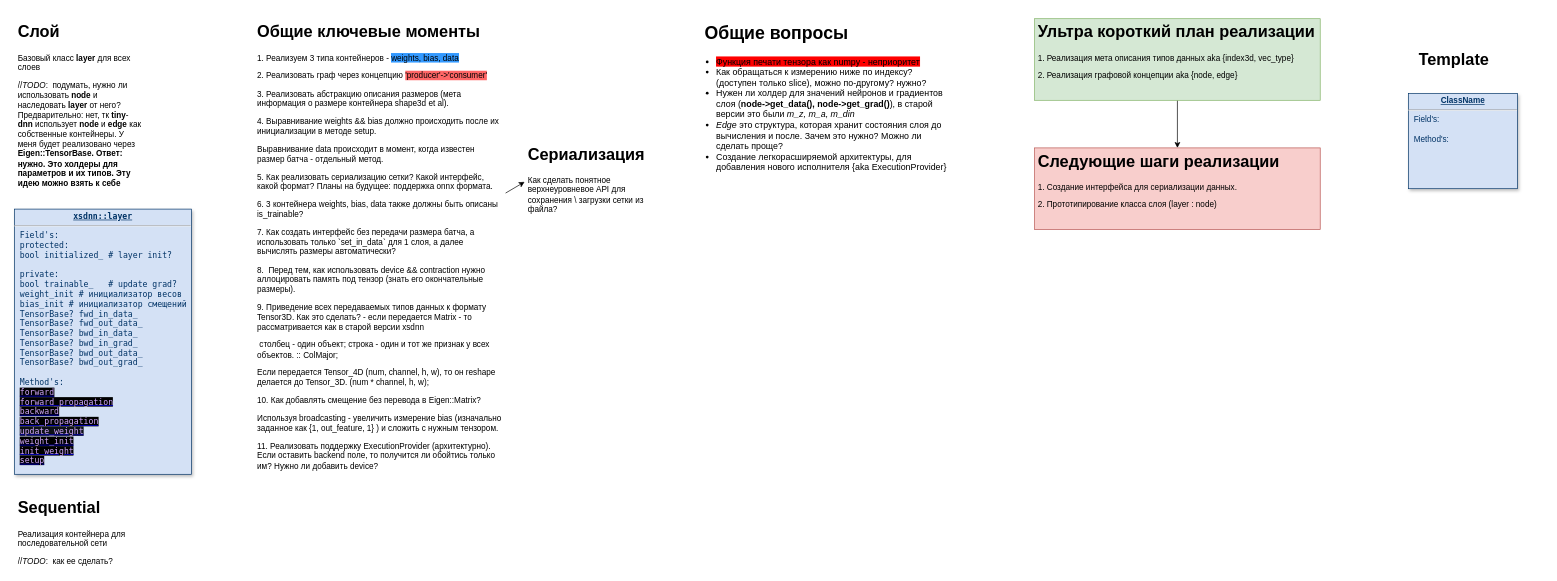
The draw.io diagram page "xsdnn::main" (1 of 10) of logic.drawio in xsdnn/xsdnn, before the edit. Source tidied: cells renumbered, new cells numbered last; positions are measured from the earlier drawing's top-left corner, leaving out a move shared by most shapes. Both pictures are drawn from the tidied source at 68%, with x=0, y=0 at pixel (14, 18).
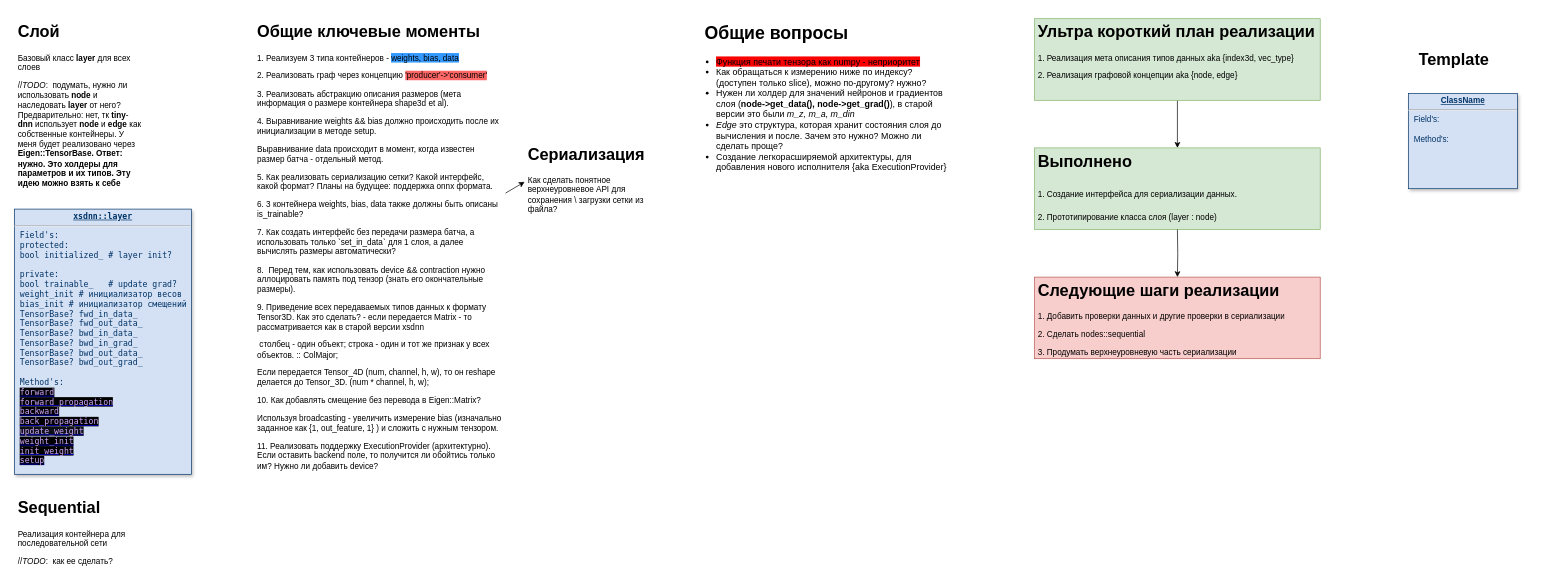
Above is the later version.

Commit message:
Поставлены новые задачи

Change to the diagram source:
```diff
@@
 <mxGraphModel>
   <root>
     <mxCell id="0" />
     <mxCell id="1" parent="0" />
     <mxCell id="2" value="&lt;p style=&quot;margin: 0px; margin-top: 4px; text-align: center; text-decoration: underline;&quot;&gt;&lt;strong&gt;ClassName&lt;/strong&gt;&lt;/p&gt;&lt;hr&gt;&lt;p style=&quot;margin: 0px; margin-left: 8px;&quot;&gt;Field's:&lt;/p&gt;&lt;p style=&quot;margin: 0px; margin-left: 8px;&quot;&gt;&lt;br&gt;&lt;/p&gt;&lt;p style=&quot;margin: 0px; margin-left: 8px;&quot;&gt;Method's:&lt;/p&gt;" style="verticalAlign=top;align=left;overflow=fill;fontSize=12;fontFamily=Helvetica;html=1;strokeColor=#003366;shadow=1;fillColor=#D4E1F5;fontColor=#003366;" parent="1" vertex="1">
       <mxGeometry x="2050" y="110" width="160" height="140" as="geometry" />
     </mxCell>
     <mxCell id="3" value="&lt;h1&gt;Слой&lt;/h1&gt;&lt;p&gt;Базовый класс &lt;b&gt;layer &lt;/b&gt;для всех слоев&lt;/p&gt;&lt;p&gt;&lt;span style=&quot;text-align: center;&quot;&gt;//&lt;i&gt;TODO&lt;/i&gt;:&amp;nbsp; подумать, нужно ли использовать &lt;b&gt;node&lt;/b&gt; и наследовать &lt;b&gt;layer&lt;/b&gt; от него? Предварительно: нет, тк &lt;b&gt;tiny&lt;/b&gt;-&lt;b&gt;dnn&lt;/b&gt; использует &lt;b&gt;node&lt;/b&gt; и &lt;b&gt;edge&lt;/b&gt; как собственные контейнеры. У меня будет реализовано через &lt;b&gt;Eigen::TensorBase. Ответ: нужно. Это холдеры для параметров и их типов. Эту идею можно взять к себе&lt;/b&gt;&lt;/span&gt;&lt;br&gt;&lt;/p&gt;&lt;p&gt;&lt;br&gt;&lt;/p&gt;" style="text;html=1;strokeColor=none;fillColor=none;spacing=5;spacingTop=-20;whiteSpace=wrap;overflow=hidden;rounded=0;" parent="1" vertex="1">
       <mxGeometry width="190" height="250" as="geometry" />
     </mxCell>
     <mxCell id="4" value="&lt;h1&gt;Template&lt;/h1&gt;" style="text;html=1;strokeColor=none;fillColor=none;spacing=5;spacingTop=-20;whiteSpace=wrap;overflow=hidden;rounded=0;" parent="1" vertex="1">
       <mxGeometry x="2060" y="40" width="190" height="50" as="geometry" />
     </mxCell>
     <mxCell id="5" value="&lt;p style=&quot;margin: 0px; margin-top: 4px; text-align: center; text-decoration: underline;&quot;&gt;&lt;b&gt;xsdnn::layer&lt;/b&gt;&lt;/p&gt;&lt;hr&gt;&lt;p style=&quot;margin: 0px; margin-left: 8px;&quot;&gt;Field's:&lt;/p&gt;&lt;p style=&quot;margin: 0px; margin-left: 8px;&quot;&gt;protected:&lt;/p&gt;&lt;p style=&quot;margin: 0px; margin-left: 8px;&quot;&gt;bool initialized_ # layer init?&lt;/p&gt;&lt;p style=&quot;margin: 0px; margin-left: 8px;&quot;&gt;&lt;br&gt;&lt;/p&gt;&lt;p style=&quot;margin: 0px; margin-left: 8px;&quot;&gt;private:&lt;/p&gt;&lt;p style=&quot;margin: 0px 0px 0px 8px;&quot;&gt;bool trainable_&amp;nbsp; &amp;nbsp;# update grad?&lt;/p&gt;&lt;p style=&quot;margin: 0px 0px 0px 8px;&quot;&gt;weight_init # инициализатор весов&lt;/p&gt;&lt;p style=&quot;margin: 0px 0px 0px 8px;&quot;&gt;bias_init # инициализатор смещений&lt;/p&gt;&lt;p style=&quot;margin: 0px; margin-left: 8px;&quot;&gt;TensorBase? fwd_in_data_&lt;/p&gt;&lt;p style=&quot;margin: 0px; margin-left: 8px;&quot;&gt;TensorBase? fwd_out_data_&lt;br&gt;&lt;/p&gt;&lt;p style=&quot;margin: 0px; margin-left: 8px;&quot;&gt;TensorBase? bwd_in_data_&lt;br&gt;&lt;/p&gt;&lt;p style=&quot;margin: 0px; margin-left: 8px;&quot;&gt;TensorBase? bwd_in_grad_&lt;br&gt;&lt;/p&gt;&lt;p style=&quot;margin: 0px; margin-left: 8px;&quot;&gt;TensorBase? bwd_out_data_&lt;br&gt;&lt;/p&gt;&lt;p style=&quot;margin: 0px; margin-left: 8px;&quot;&gt;TensorBase? bwd_out_grad_&lt;br&gt;&lt;/p&gt;&lt;p style=&quot;margin: 0px; margin-left: 8px;&quot;&gt;&lt;br&gt;&lt;/p&gt;&lt;p style=&quot;margin: 0px; margin-left: 8px;&quot;&gt;Method's:&lt;/p&gt;&lt;p style=&quot;margin: 0px; margin-left: 8px;&quot;&gt;&lt;a href=&quot;data:page/id,acLyr5f8MV2qwVlqdKkI&quot;&gt;&lt;font face=&quot;ui-monospace, SFMono-Regular, SF Mono, Menlo, Consolas, Liberation Mono, monospace&quot; color=&quot;#d2a8ff&quot; style=&quot;background-color: rgb(0, 0, 0);&quot;&gt;forward&lt;/font&gt;&lt;/a&gt;&lt;/p&gt;&lt;p style=&quot;margin: 0px; margin-left: 8px;&quot;&gt;&lt;a href=&quot;data:page/id,P51iXEZZl-BP7aw9WZGj&quot;&gt;&lt;font face=&quot;ui-monospace, SFMono-Regular, SF Mono, Menlo, Consolas, Liberation Mono, monospace&quot; color=&quot;#d2a8ff&quot; style=&quot;background-color: rgb(0, 0, 0);&quot;&gt;forward_propagation&lt;/font&gt;&lt;/a&gt;&lt;/p&gt;&lt;p style=&quot;margin: 0px; margin-left: 8px;&quot;&gt;&lt;a href=&quot;data:page/id,9vZ8QekkStvvB2-BGn0U&quot;&gt;&lt;font face=&quot;ui-monospace, SFMono-Regular, SF Mono, Menlo, Consolas, Liberation Mono, monospace&quot; color=&quot;#d2a8ff&quot; style=&quot;background-color: rgb(0, 0, 0);&quot;&gt;backward&lt;/font&gt;&lt;/a&gt;&lt;/p&gt;&lt;p style=&quot;margin: 0px; margin-left: 8px;&quot;&gt;&lt;a href=&quot;data:page/id,YzGOiIOgP3fO_uxTNOQc&quot;&gt;&lt;font face=&quot;ui-monospace, SFMono-Regular, SF Mono, Menlo, Consolas, Liberation Mono, monospace&quot; color=&quot;#d2a8ff&quot; style=&quot;background-color: rgb(0, 0, 0);&quot;&gt;back_propagation&lt;/font&gt;&lt;/a&gt;&lt;/p&gt;&lt;p style=&quot;margin: 0px; margin-left: 8px;&quot;&gt;&lt;span style=&quot;font-family: ui-monospace, SFMono-Regular, &amp;quot;SF Mono&amp;quot;, Menlo, Consolas, &amp;quot;Liberation Mono&amp;quot;, monospace; background-color: rgb(13, 17, 23);&quot;&gt;&lt;a style=&quot;&quot; href=&quot;data:page/id,1ntwXYWYcS74xLM6uAJB&quot;&gt;&lt;font color=&quot;#d2a8ff&quot;&gt;update_weight&lt;/font&gt;&lt;/a&gt;&lt;/span&gt;&lt;br&gt;&lt;/p&gt;&lt;p style=&quot;margin: 0px; margin-left: 8px;&quot;&gt;&lt;a style=&quot;background-color: rgb(0, 0, 0);&quot; href=&quot;data:page/id,imFPhnd7Cz6RNdqDAHEO&quot;&gt;&lt;font face=&quot;ui-monospace, SFMono-Regular, SF Mono, Menlo, Consolas, Liberation Mono, monospace&quot; color=&quot;#d2a8ff&quot;&gt;weight_init&lt;/font&gt;&lt;/a&gt;&lt;/p&gt;&lt;p style=&quot;margin: 0px; margin-left: 8px;&quot;&gt;&lt;a style=&quot;background-color: rgb(0, 0, 0);&quot; href=&quot;data:page/id,p6dzrHT5QFA6u9v4Chr_&quot;&gt;&lt;font color=&quot;#d2a8ff&quot;&gt;init_weight&lt;/font&gt;&lt;/a&gt;&lt;/p&gt;&lt;p style=&quot;margin: 0px; margin-left: 8px;&quot;&gt;&lt;a style=&quot;background-color: rgb(0, 0, 0);&quot; href=&quot;data:page/id,uzz6QVAgYd6YLyIYvyyA&quot;&gt;&lt;font color=&quot;#d2a8ff&quot;&gt;setup&lt;/font&gt;&lt;/a&gt;&lt;/p&gt;" style="verticalAlign=top;align=left;overflow=fill;fontSize=12;fontFamily=ui-monospace, SFMono-Regular, &quot;SF Mono&quot;, Menlo, Consolas, &quot;Liberation Mono&quot;, monospace;html=1;strokeColor=#003366;shadow=1;fillColor=#D4E1F5;fontColor=#003366;" parent="1" vertex="1">
       <mxGeometry y="280" width="260" height="390" as="geometry" />
     </mxCell>
     <mxCell id="6" value="&lt;h1&gt;Сериализация&lt;/h1&gt;&lt;p&gt;Как сделать понятное верхнеуровневое API для сохранения \ загрузки сетки из файла?&amp;nbsp;&lt;/p&gt;" style="text;html=1;strokeColor=none;fillColor=none;spacing=5;spacingTop=-20;whiteSpace=wrap;overflow=hidden;rounded=0;" parent="1" vertex="1">
       <mxGeometry x="750" y="180" width="190" height="120" as="geometry" />
     </mxCell>
     <mxCell id="7" value="&lt;h1&gt;Общие вопросы&lt;/h1&gt;&lt;p&gt;&lt;br&gt;&lt;/p&gt;" style="text;html=1;strokeColor=none;fillColor=none;spacing=5;spacingTop=-20;whiteSpace=wrap;overflow=hidden;rounded=0;fontSize=13;" parent="1" vertex="1">
       <mxGeometry x="1010" width="270" height="120" as="geometry" />
     </mxCell>
     <mxCell id="8" value="&lt;ul&gt;&lt;li&gt;&lt;span style=&quot;background-color: rgb(255, 0, 0);&quot;&gt;Функция печати тензора как numpy - неприоритет&lt;/span&gt;&lt;/li&gt;&lt;li&gt;Как обращаться к измерению ниже по индексу? (доступен только slice), можно по-другому? нужно?&amp;nbsp;&lt;/li&gt;&lt;li&gt;Нужен ли холдер для значений нейронов и градиентов слоя (&lt;b&gt;node-&amp;gt;get_data(), node-&amp;gt;get_grad()&lt;/b&gt;), в старой версии это были &lt;i&gt;m_z, m_a, m_din&lt;/i&gt;&lt;/li&gt;&lt;li&gt;&lt;i&gt;Edge &lt;/i&gt;это структура, которая хранит состояния слоя до вычисления и после. Зачем это нужно? Можно ли сделать проще?&lt;/li&gt;&lt;li&gt;Создание легкорасширяемой архитектуры, для добавления нового исполнителя {aka ExecutionProvider}&lt;/li&gt;&lt;/ul&gt;" style="text;strokeColor=none;fillColor=none;html=1;whiteSpace=wrap;verticalAlign=middle;overflow=hidden;fontSize=13;" parent="1" vertex="1">
       <mxGeometry x="990" y="40" width="390" height="190" as="geometry" />
     </mxCell>
     <mxCell id="9" value="&lt;h1&gt;Sequential&lt;/h1&gt;&lt;p&gt;Реализация контейнера для&amp;nbsp; последовательной сети&lt;/p&gt;&lt;p&gt;&lt;span style=&quot;text-align: center;&quot;&gt;//&lt;i&gt;TODO&lt;/i&gt;:&amp;nbsp; как ее сделать?&lt;/span&gt;&lt;br&gt;&lt;/p&gt;&lt;p&gt;&lt;br&gt;&lt;/p&gt;" style="text;html=1;strokeColor=none;fillColor=none;spacing=5;spacingTop=-20;whiteSpace=wrap;overflow=hidden;rounded=0;" parent="1" vertex="1">
       <mxGeometry y="700" width="190" height="110" as="geometry" />
     </mxCell>
     <mxCell id="10" value="&lt;h1&gt;Общие ключевые моменты&lt;/h1&gt;&lt;p&gt;1. Реализуем 3 типа контейнеров - &lt;span style=&quot;background-color: rgb(51, 153, 255);&quot;&gt;weights, bias, data&lt;/span&gt;&lt;/p&gt;&lt;p&gt;2. Реализовать граф через концепцию &lt;span style=&quot;background-color: rgb(255, 102, 102);&quot;&gt;'producer'-&amp;gt;'consumer'&lt;/span&gt;&lt;/p&gt;&lt;p&gt;3. Реализовать абстракцию описания размеров (мета информация о размере контейнера shape3d et al).&amp;nbsp;&lt;/p&gt;&lt;p&gt;4. Выравнивание weights &amp;amp;&amp;amp; bias должно происходить после их инициализации в методе setup.&lt;/p&gt;&lt;p&gt;Выравнивание data происходит в момент, когда известен размер батча - отдельный метод.&lt;/p&gt;&lt;p&gt;5. Как реализовать сериализацию сетки? Какой интерфейс, какой формат? Планы на будущее: поддержка onnx формата.&lt;/p&gt;&lt;p&gt;6. 3 контейнера weights, bias, data также должны быть описаны is_trainable?&amp;nbsp;&lt;/p&gt;&lt;p&gt;7. Как создать интерфейс без передачи размера батча, а использовать только `set_in_data` для 1 слоя, а далее вычислять размеры автоматически?&lt;/p&gt;&lt;p&gt;8.&amp;nbsp; Перед тем, как использовать device &amp;amp;&amp;amp; contraction нужно аллоцировать память под тензор (знать его окончательные размеры).&lt;/p&gt;&lt;p&gt;9. Приведение всех передаваемых типов данных к формату Tensor3D. Как это сделать? - если передается Matrix - то рассматривается как в старой версии xsdnn&lt;/p&gt;&lt;p&gt;&amp;nbsp;столбец - один объект; строка - один и тот же признак у всех объектов. :: ColMajor;&lt;/p&gt;&lt;p&gt;Если передается Tensor_4D (num, channel, h, w), то он reshape делается до Tensor_3D. (num * channel, h, w);&lt;/p&gt;&lt;p&gt;10. Как добавлять смещение без перевода в Eigen::Matrix?&amp;nbsp;&lt;/p&gt;&lt;p&gt;Используя broadcasting - увеличить измерение bias (изначально заданное как {1, out_feature, 1} ) и сложить с нужным тензором.&amp;nbsp;&lt;/p&gt;&lt;p&gt;11. Реализовать поддержку ExecutionProvider (архитектурно). Если оставить backend поле, то получится ли обойтись только им? Нужно ли добавить device?&lt;/p&gt;" style="text;html=1;strokeColor=none;fillColor=none;spacing=5;spacingTop=-20;whiteSpace=wrap;overflow=hidden;rounded=0;" parent="1" vertex="1">
       <mxGeometry x="352" width="370" height="730" as="geometry" />
     </mxCell>
     <mxCell id="11" style="edgeStyle=orthogonalEdgeStyle;rounded=0;jettySize=auto;html=1;" parent="1" edge="1" source="12" target="14">
       <mxGeometry relative="1" as="geometry" />
     </mxCell>
     <mxCell id="12" value="&lt;h1&gt;Ультра короткий план реализации&lt;/h1&gt;&lt;p&gt;1. Реализация мета описания типов данных aka {index3d, vec_type}&lt;/p&gt;&lt;p&gt;2. Реализация графовой концепции aka {node, edge}&lt;/p&gt;" style="text;html=1;spacing=5;spacingTop=-20;whiteSpace=wrap;overflow=hidden;rounded=0;labelBackgroundColor=none;fillColor=#d5e8d4;strokeColor=#82b366;" parent="1" vertex="1">
       <mxGeometry x="1500" width="420" height="120" as="geometry" />
     </mxCell>
     <mxCell id="13" style="endArrow=classic;html=1;rounded=0;entryX=0;entryY=0.5;entryDx=0;entryDy=0;" parent="1" edge="1" source="10" target="6">
       <mxGeometry relative="1" as="geometry" />
     </mxCell>
-    <mxCell id="14" value="&lt;h1&gt;Следующие шаги реализации&lt;/h1&gt;&lt;p&gt;1. Создание интерфейса для сериализации данных.&amp;nbsp;&lt;br&gt;&lt;/p&gt;&lt;p&gt;2. Прототипирование класса слоя (layer : node)&lt;/p&gt;" style="text;html=1;spacing=5;spacingTop=-20;whiteSpace=wrap;overflow=hidden;rounded=0;labelBackgroundColor=none;fillColor=#f8cecc;strokeColor=#b85450;" parent="1" vertex="1">
+    <mxCell id="14" value="&lt;h1&gt;&lt;span style=&quot;background-color: initial;&quot;&gt;Выполнено&lt;/span&gt;&lt;/h1&gt;&lt;h1&gt;&lt;span style=&quot;background-color: initial; font-size: 12px; font-weight: normal;&quot;&gt;1. Создание интерфейса для сериализации данных.&amp;nbsp;&lt;/span&gt;&lt;br&gt;&lt;/h1&gt;&lt;p&gt;2. Прототипирование класса слоя (layer : node)&lt;/p&gt;" style="text;html=1;spacing=5;spacingTop=-20;whiteSpace=wrap;overflow=hidden;rounded=0;labelBackgroundColor=none;fillColor=#d5e8d4;strokeColor=#82b366;" parent="1" vertex="1">
       <mxGeometry x="1500" y="190" width="420" height="120" as="geometry" />
     </mxCell>
+    <mxCell id="15" style="edgeStyle=orthogonalEdgeStyle;rounded=0;jettySize=auto;html=1;" parent="1" edge="1" target="16">
+      <mxGeometry relative="1" as="geometry">
+        <mxPoint x="1710" y="310" as="sourcePoint" />
+      </mxGeometry>
+    </mxCell>
+    <mxCell id="16" value="&lt;h1&gt;Следующие шаги реализации&lt;/h1&gt;&lt;p&gt;1. Добавить проверки данных и другие проверки в сериализации&lt;br&gt;&lt;/p&gt;&lt;p&gt;2. Сделать nodes::sequential&lt;/p&gt;&lt;p&gt;3. Продумать верхнеуровневую часть сериализации&lt;/p&gt;" style="text;html=1;spacing=5;spacingTop=-20;whiteSpace=wrap;overflow=hidden;rounded=0;labelBackgroundColor=none;fillColor=#f8cecc;strokeColor=#b85450;" parent="1" vertex="1">
+      <mxGeometry x="1500" y="380" width="420" height="120" as="geometry" />
+    </mxCell>
   </root>
 </mxGraphModel>
```
